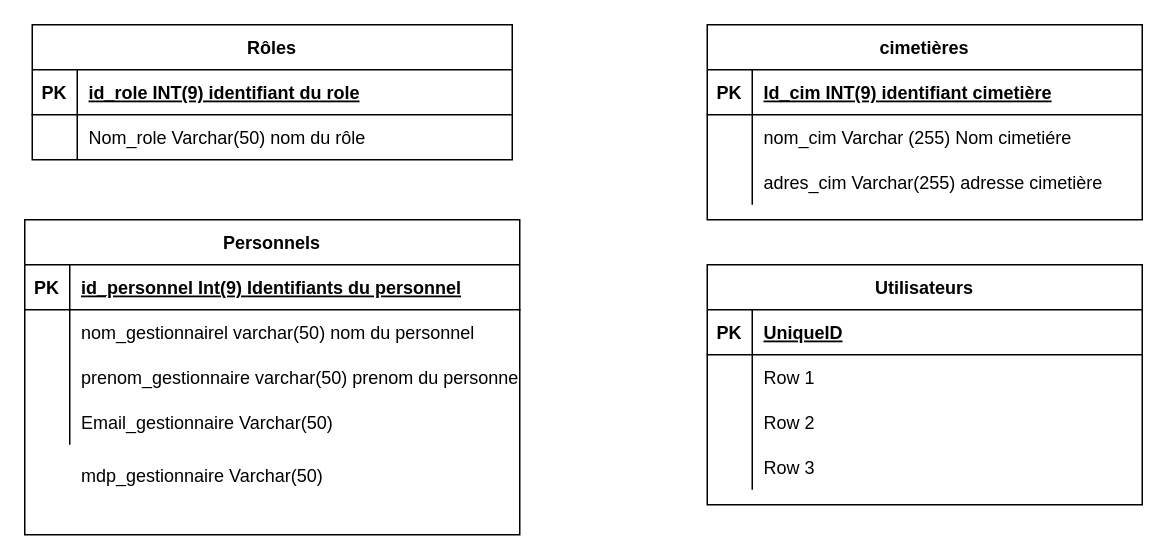
Earlier version of the draw.io diagram page "Diagramme de classe" (4 of 4) of accésCimAmiens.drawio (lemairemarius/Uml). Source tidied: cells renumbered, new cells numbered last; positions are measured from the earlier drawing's top-left corner, leaving out a move shared by most shapes. Both pictures are drawn from the tidied source at 150%, with x=0, y=0 at pixel (24, 24).
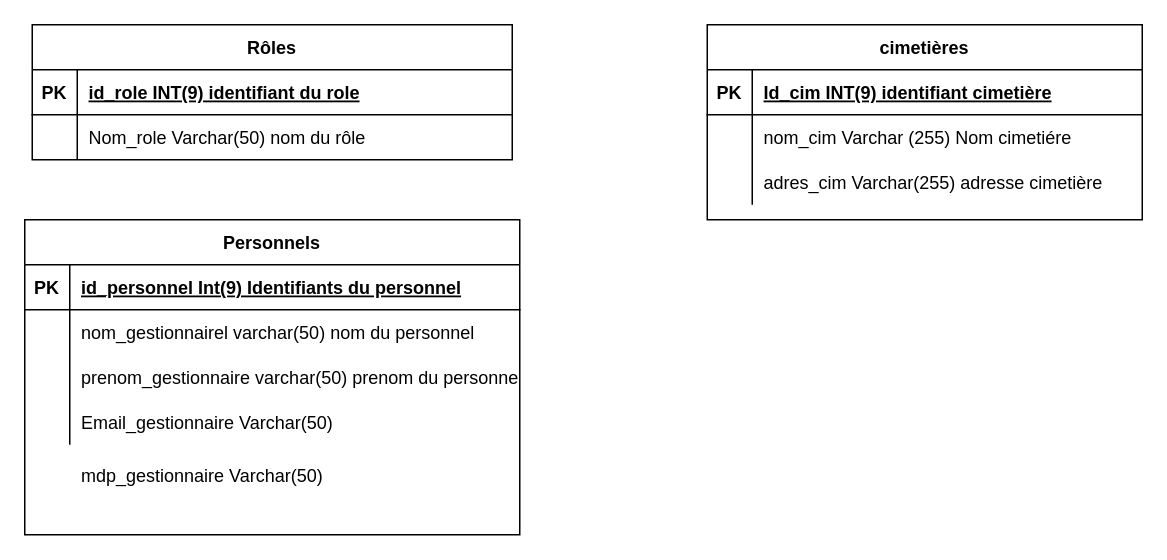
After the change.

What changed in the source:
```diff
@@
-    <mxCell id="33" value="Utilisateurs" style="shape=table;startSize=30;childLayout=tableLayout;rowLines=0;fontStyle=1;align=center;" parent="1" vertex="1">
-      <mxGeometry x="455" y="160" width="290" height="160" as="geometry" />
-    </mxCell>
-    <mxCell id="34" style="shape=partialRectangle;fillColor=none;top=0;left=0;bottom=1;right=0;" parent="33" vertex="1">
-      <mxGeometry y="30" width="290" height="30" as="geometry" />
-    </mxCell>
-    <mxCell id="35" value="PK" style="shape=partialRectangle;fillColor=none;top=0;left=0;bottom=0;right=0;fontStyle=1;overflow=hidden;" parent="34" vertex="1">
-      <mxGeometry width="30" height="30" as="geometry" />
-    </mxCell>
-    <mxCell id="36" value="UniqueID" style="shape=partialRectangle;fillColor=none;top=0;left=0;bottom=0;right=0;align=left;spacingLeft=6;fontStyle=5;overflow=hidden;" parent="34" vertex="1">
-      <mxGeometry x="30" width="260" height="30" as="geometry" />
-    </mxCell>
-    <mxCell id="37" style="shape=partialRectangle;fillColor=none;top=0;left=0;bottom=0;right=0;" parent="33" vertex="1">
-      <mxGeometry y="60" width="290" height="30" as="geometry" />
-    </mxCell>
-    <mxCell id="38" style="shape=partialRectangle;fillColor=none;top=0;left=0;bottom=0;right=0;overflow=hidden;" parent="37" vertex="1">
-      <mxGeometry width="30" height="30" as="geometry" />
-    </mxCell>
-    <mxCell id="39" value="Row 1" style="shape=partialRectangle;fillColor=none;top=0;left=0;bottom=0;right=0;align=left;spacingLeft=6;overflow=hidden;" parent="37" vertex="1">
-      <mxGeometry x="30" width="260" height="30" as="geometry" />
-    </mxCell>
-    <mxCell id="40" style="shape=partialRectangle;fillColor=none;top=0;left=0;bottom=0;right=0;" parent="33" vertex="1">
-      <mxGeometry y="90" width="290" height="30" as="geometry" />
-    </mxCell>
-    <mxCell id="41" style="shape=partialRectangle;fillColor=none;top=0;left=0;bottom=0;right=0;overflow=hidden;" parent="40" vertex="1">
-      <mxGeometry width="30" height="30" as="geometry" />
-    </mxCell>
-    <mxCell id="42" value="Row 2" style="shape=partialRectangle;fillColor=none;top=0;left=0;bottom=0;right=0;align=left;spacingLeft=6;overflow=hidden;" parent="40" vertex="1">
-      <mxGeometry x="30" width="260" height="30" as="geometry" />
-    </mxCell>
-    <mxCell id="43" style="shape=partialRectangle;fillColor=none;top=0;left=0;bottom=0;right=0;" parent="33" vertex="1">
-      <mxGeometry y="120" width="290" height="30" as="geometry" />
-    </mxCell>
-    <mxCell id="44" style="shape=partialRectangle;fillColor=none;top=0;left=0;bottom=0;right=0;overflow=hidden;" parent="43" vertex="1">
-      <mxGeometry width="30" height="30" as="geometry" />
-    </mxCell>
-    <mxCell id="45" value="Row 3" style="shape=partialRectangle;fillColor=none;top=0;left=0;bottom=0;right=0;align=left;spacingLeft=6;overflow=hidden;" parent="43" vertex="1">
-      <mxGeometry x="30" width="260" height="30" as="geometry" />
-    </mxCell>
```
